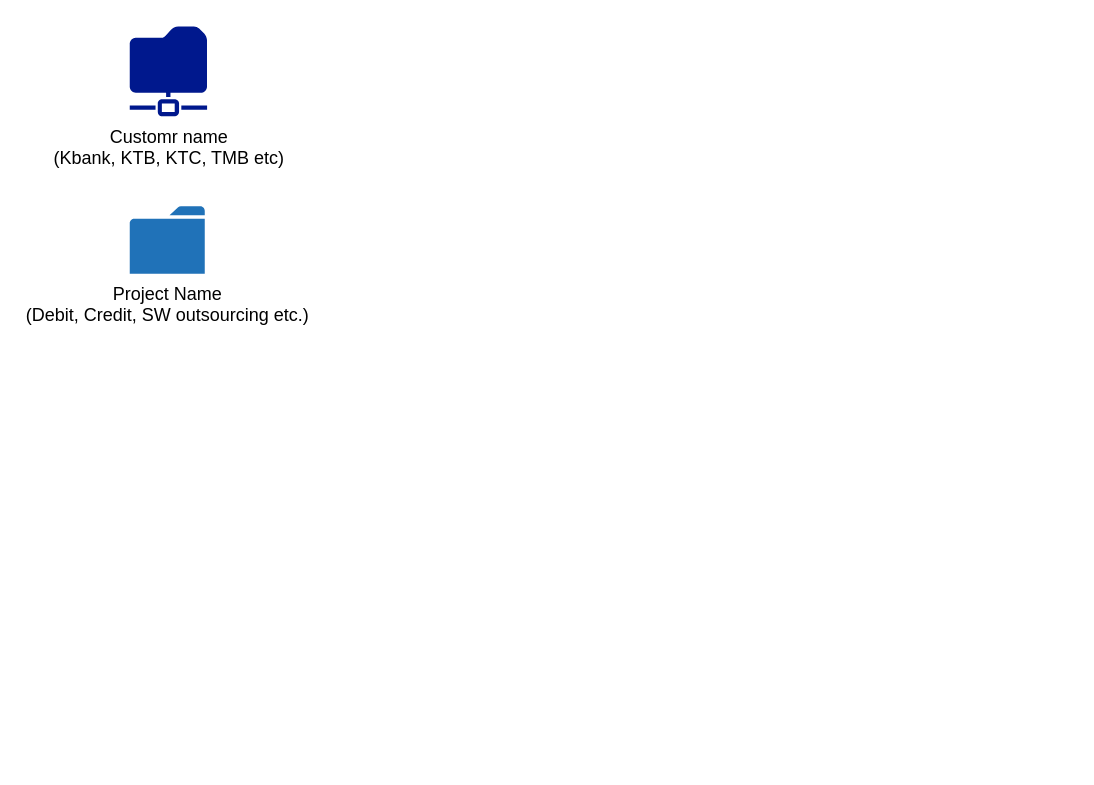
Before: TD/Untitled Diagram.drawio in delphihero/MyDocument, a draw.io diagram. Source tidied: cells renumbered, new cells numbered last; positions are measured from the earlier drawing's top-left corner, leaving out a move shared by most shapes. Both pictures are drawn from the tidied source at 150%, with x=0, y=0 at pixel (129, 26).
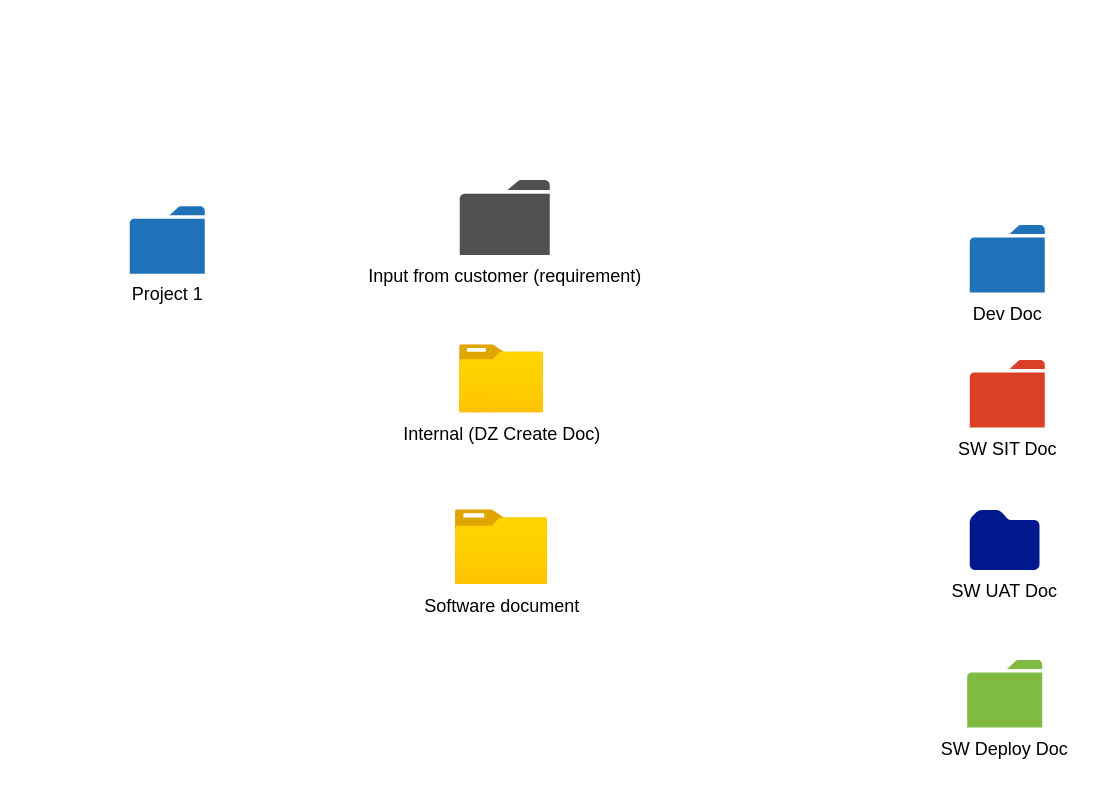
After the change.

The edit, as a diff of the source:
```diff
@@
 <mxGraphModel>
   <root>
     <mxCell id="0" />
     <mxCell id="1" parent="0" />
-    <mxCell id="2" value="Customr name&lt;br&gt;(Kbank, KTB, KTC, TMB etc)" style="shadow=0;dashed=0;html=1;strokeColor=none;labelPosition=center;verticalLabelPosition=bottom;verticalAlign=top;align=center;fillColor=#00188D;shape=mxgraph.mscae.enterprise.shared_folder;" parent="1" vertex="1">
-      <mxGeometry width="51.6" height="60" as="geometry" />
-    </mxCell>
-    <mxCell id="3" value="&lt;div&gt;Project Name&lt;/div&gt;&lt;div&gt;(Debit, Credit, SW outsourcing etc.)&lt;br&gt;&lt;/div&gt;" style="shadow=0;dashed=0;html=1;strokeColor=none;labelPosition=center;verticalLabelPosition=bottom;verticalAlign=top;align=center;shape=mxgraph.office.concepts.folder;fillColor=#2072B8;" parent="1" vertex="1">
+    <mxCell id="3" value="Project 1" style="shadow=0;dashed=0;html=1;strokeColor=none;labelPosition=center;verticalLabelPosition=bottom;verticalAlign=top;align=center;shape=mxgraph.office.concepts.folder;fillColor=#2072B8;" parent="1" vertex="1">
       <mxGeometry y="120" width="50" height="45" as="geometry" />
     </mxCell>
+    <mxCell id="4" value="Input from customer (requirement)" style="shadow=0;dashed=0;html=1;strokeColor=none;fillColor=#505050;labelPosition=center;verticalLabelPosition=bottom;verticalAlign=top;align=center;shape=mxgraph.office.concepts.folder;" parent="1" vertex="1">
+      <mxGeometry x="220" y="102.5" width="60" height="50" as="geometry" />
+    </mxCell>
+    <mxCell id="5" value="Internal (DZ Create Doc)" style="html=1;align=center;image;fontSize=12;image=img/lib/azure2/general/Folder_Blank.svg;" parent="1" vertex="1">
+      <mxGeometry x="220" y="212.5" width="56.1" height="45.5" as="geometry" />
+    </mxCell>
+    <mxCell id="6" value="SW UAT Doc" style="shadow=0;dashed=0;html=1;strokeColor=none;labelPosition=center;verticalLabelPosition=bottom;verticalAlign=top;align=center;fillColor=#00188D;shape=mxgraph.mscae.enterprise.folder;" parent="1" vertex="1">
+      <mxGeometry x="560" y="322.5" width="46.5" height="40" as="geometry" />
+    </mxCell>
+    <mxCell id="7" value="SW Deploy Doc" style="shadow=0;dashed=0;html=1;strokeColor=none;labelPosition=center;verticalLabelPosition=bottom;verticalAlign=top;align=center;shape=mxgraph.office.concepts.folder;fillColor=#7FBA42;" parent="1" vertex="1">
+      <mxGeometry x="558.3" y="422.5" width="50" height="45" as="geometry" />
+    </mxCell>
+    <mxCell id="8" value="SW SIT Doc" style="shadow=0;dashed=0;html=1;strokeColor=none;labelPosition=center;verticalLabelPosition=bottom;verticalAlign=top;align=center;shape=mxgraph.office.concepts.folder;fillColor=#DA4026;" parent="1" vertex="1">
+      <mxGeometry x="560" y="222.5" width="50" height="45" as="geometry" />
+    </mxCell>
+    <mxCell id="9" value="Software document" style="html=1;align=center;image;fontSize=12;image=img/lib/azure2/general/Folder_Blank.svg;" parent="1" vertex="1">
+      <mxGeometry x="217.2" y="322.5" width="61.6" height="50" as="geometry" />
+    </mxCell>
+    <mxCell id="10" value="Dev Doc" style="shadow=0;dashed=0;html=1;strokeColor=none;labelPosition=center;verticalLabelPosition=bottom;verticalAlign=top;align=center;shape=mxgraph.office.concepts.folder;fillColor=#2072B8;" parent="1" vertex="1">
+      <mxGeometry x="560" y="132.5" width="50" height="45" as="geometry" />
+    </mxCell>
   </root>
 </mxGraphModel>
```
